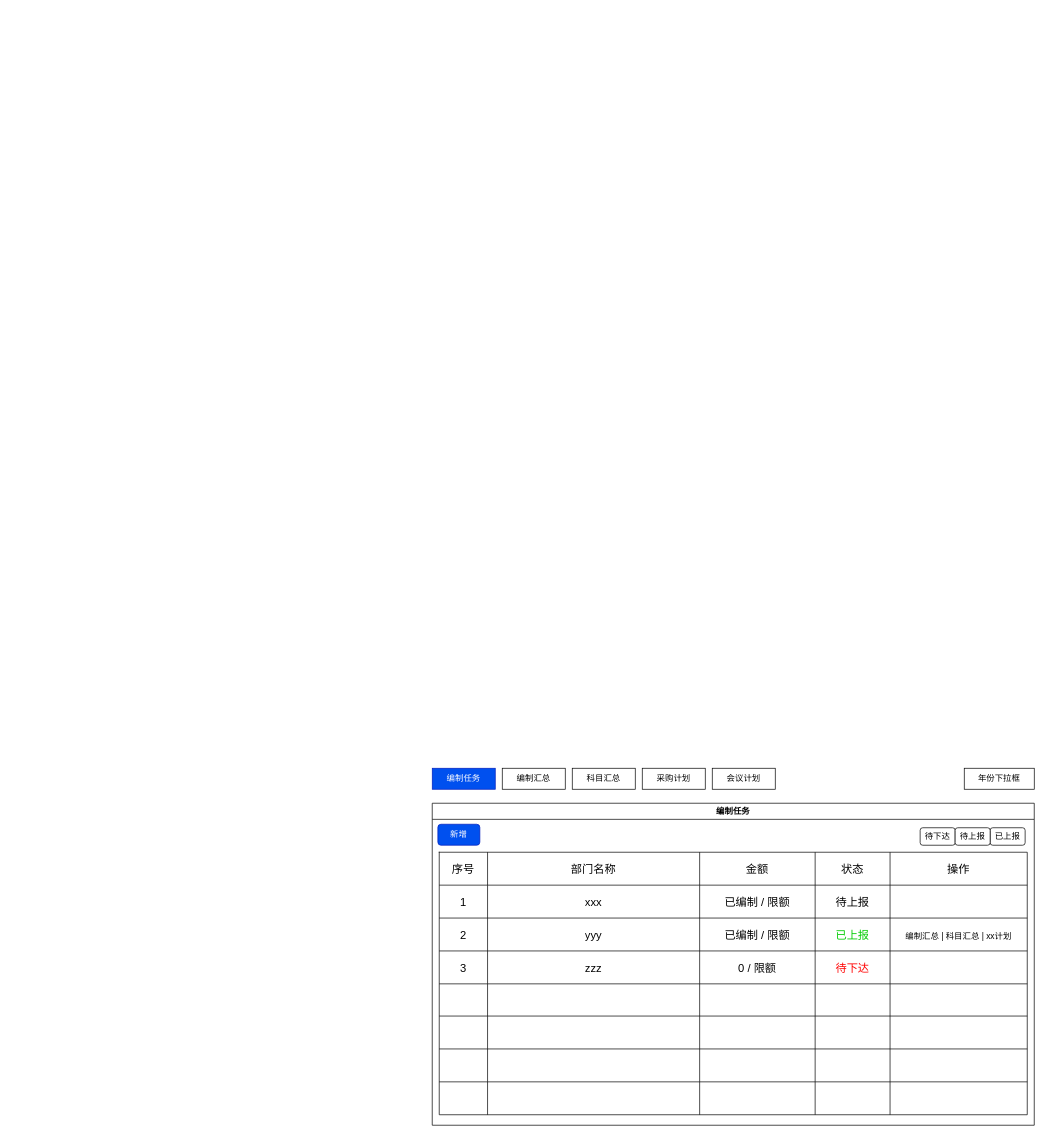
The draw.io diagram 编制财务.drawio in bxjg1987/abpGeneralModules, before the edit. Source tidied: cells renumbered, new cells numbered last; positions are measured from the earlier drawing's top-left corner, leaving out a move shared by most shapes. Both pictures are drawn from the tidied source at 70%, with x=0, y=0 at pixel (432, 768).
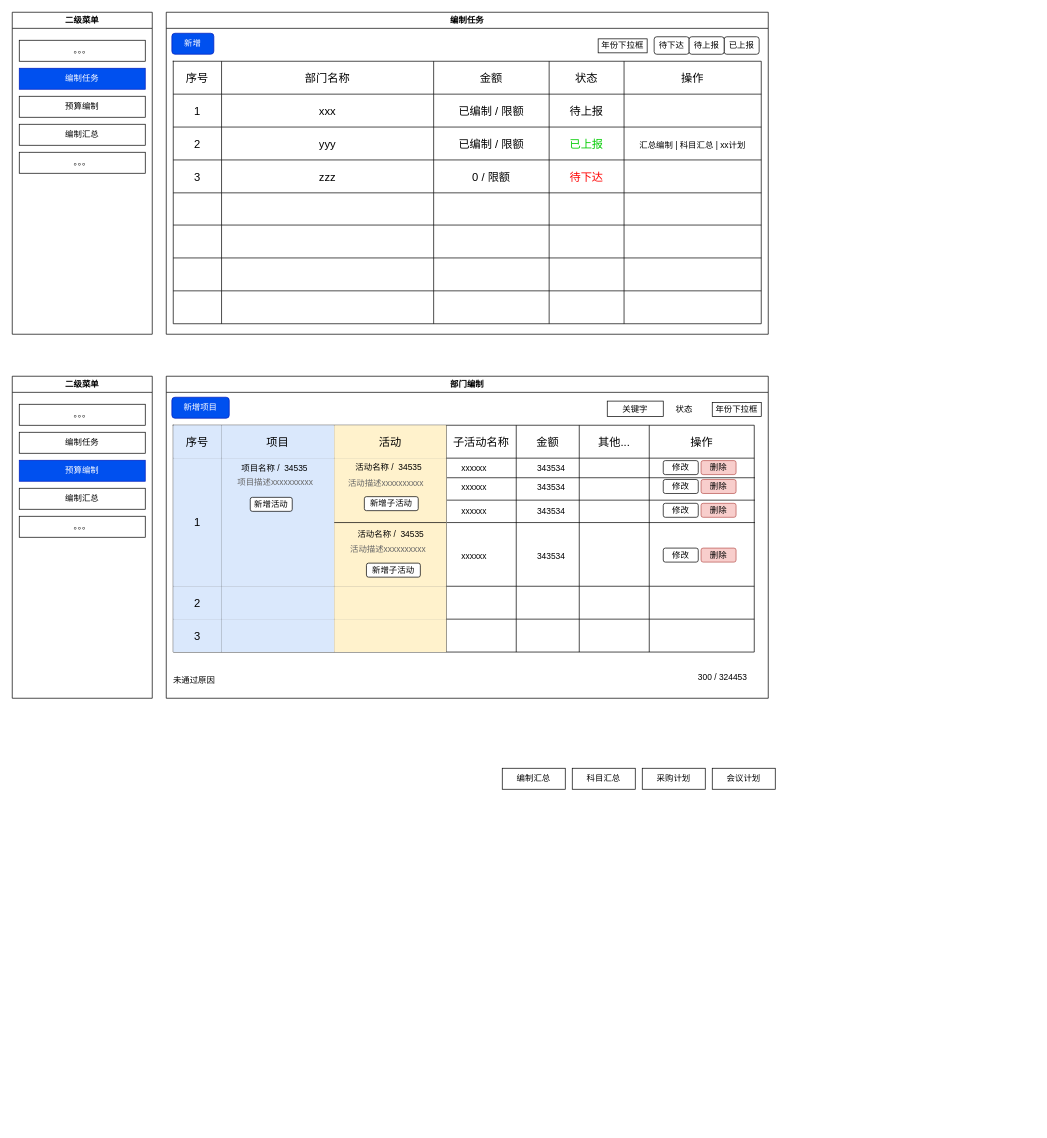
The same diagram, later.

Commit message (it also covers changes not shown here):
更新编制财务.drawio

Unchanged cells that the change refers to:
```xml
<mxCell id="19" style="shape=tableRow;horizontal=0;startSize=0;swimlaneHead=0;swimlaneBody=0;strokeColor=inherit;top=0;left=0;bottom=0;right=0;fillColor=none;fontSize=16;" parent="6" vertex="1">
  <mxGeometry y="94" width="840" height="47" as="geometry" />
</mxCell>
```

The edit, as a diff of the source:
```diff
@@
     <mxCell id="2" value="编制任务" style="swimlane;whiteSpace=wrap;html=1;" parent="1" vertex="1">
-      <mxGeometry y="50" width="860" height="460" as="geometry" />
+      <mxGeometry x="-380" y="-1080" width="860" height="460" as="geometry" />
     </mxCell>
@@
-    <mxCell id="24" value="&lt;span style=&quot;font-size: 12px;&quot;&gt;编制汇总 | 科目汇总 | xx计划&lt;/span&gt;" style="shape=partialRectangle;html=1;whiteSpace=wrap;strokeColor=inherit;overflow=hidden;fillColor=none;top=0;left=0;bottom=0;right=0;fontSize=16;" parent="19" vertex="1">
+    <mxCell id="24" value="&lt;span style=&quot;font-size: 12px;&quot;&gt;汇总编制 | 科目汇总 | xx计划&lt;/span&gt;" style="shape=partialRectangle;html=1;whiteSpace=wrap;strokeColor=inherit;overflow=hidden;fillColor=none;top=0;left=0;bottom=0;right=0;fontSize=16;" parent="19" vertex="1">
       <mxGeometry x="644" width="196" height="47" as="geometry" />
     </mxCell>
@@
-    <mxCell id="55" value="编制任务" style="rounded=0;whiteSpace=wrap;html=1;fillColor=#0050ef;fontColor=#ffffff;strokeColor=#001DBC;" parent="1" vertex="1">
-      <mxGeometry width="90" height="30" as="geometry" />
-    </mxCell>
+    <mxCell id="59" value="年份下拉框" style="rounded=0;whiteSpace=wrap;html=1;" parent="2" vertex="1">
+      <mxGeometry x="617" y="38" width="70" height="20" as="geometry" />
+    </mxCell>
@@
-    <mxCell id="59" value="年份下拉框" style="rounded=0;whiteSpace=wrap;html=1;" parent="1" vertex="1">
-      <mxGeometry x="760" width="100" height="30" as="geometry" />
-    </mxCell>
     <mxCell id="60" value="待上报" style="rounded=1;whiteSpace=wrap;html=1;" parent="1" vertex="1">
-      <mxGeometry x="747" y="85" width="50" height="25" as="geometry" />
+      <mxGeometry x="367" y="-1045" width="50" height="25" as="geometry" />
     </mxCell>
@@
+    <mxCell id="62" value="二级菜单" style="swimlane;whiteSpace=wrap;html=1;" parent="1" vertex="1">
+      <mxGeometry x="-600" y="-1080" width="200" height="460" as="geometry" />
+    </mxCell>
+    <mxCell id="55" value="编制任务" style="rounded=0;whiteSpace=wrap;html=1;fillColor=#0050ef;fontColor=#ffffff;strokeColor=#001DBC;" parent="62" vertex="1">
+      <mxGeometry x="10" y="80" width="180" height="30" as="geometry" />
+    </mxCell>
+    <mxCell id="63" value="。。。" style="rounded=0;whiteSpace=wrap;html=1;" parent="62" vertex="1">
+      <mxGeometry x="10" y="40" width="180" height="30" as="geometry" />
+    </mxCell>
+    <mxCell id="64" value="预算编制" style="rounded=0;whiteSpace=wrap;html=1;" parent="62" vertex="1">
+      <mxGeometry x="10" y="120" width="180" height="30" as="geometry" />
+    </mxCell>
+    <mxCell id="65" value="编制汇总" style="rounded=0;whiteSpace=wrap;html=1;" parent="62" vertex="1">
+      <mxGeometry x="10" y="160" width="180" height="30" as="geometry" />
+    </mxCell>
+    <mxCell id="66" value="。。。" style="rounded=0;whiteSpace=wrap;html=1;" parent="62" vertex="1">
+      <mxGeometry x="10" y="200" width="180" height="30" as="geometry" />
+    </mxCell>
+    <mxCell id="67" value="部门编制" style="swimlane;whiteSpace=wrap;html=1;startSize=23;" parent="1" vertex="1">
+      <mxGeometry x="-380" y="-560" width="860" height="460" as="geometry" />
+    </mxCell>
+    <mxCell id="68" value="新增项目" style="rounded=1;whiteSpace=wrap;html=1;fillColor=#0050ef;fontColor=#ffffff;strokeColor=#001DBC;" parent="67" vertex="1">
+      <mxGeometry x="8" y="30" width="82" height="30" as="geometry" />
+    </mxCell>
+    <mxCell id="69" style="shape=table;startSize=0;childLayout=tableLayout;fontSize=16;" parent="67" vertex="1">
+      <mxGeometry x="10" y="70" width="830" height="324" as="geometry" />
+    </mxCell>
+    <mxCell id="70" style="shape=tableRow;horizontal=0;startSize=0;swimlaneHead=0;swimlaneBody=0;strokeColor=inherit;top=0;left=0;bottom=0;right=0;fillColor=none;fontSize=16;" parent="69" vertex="1">
+      <mxGeometry width="830" height="47" as="geometry" />
+    </mxCell>
+    <mxCell id="71" value="序号" style="shape=partialRectangle;html=1;whiteSpace=wrap;strokeColor=#6c8ebf;overflow=hidden;fillColor=#dae8fc;top=0;left=0;bottom=0;right=0;fontSize=16;" parent="70" vertex="1">
+      <mxGeometry width="69" height="47" as="geometry" />
+    </mxCell>
+    <mxCell id="72" value="项目" style="shape=partialRectangle;html=1;whiteSpace=wrap;strokeColor=#6c8ebf;overflow=hidden;fillColor=#dae8fc;top=0;left=0;bottom=0;right=0;fontSize=16;" parent="70" vertex="1">
+      <mxGeometry x="69" width="161" height="47" as="geometry" />
+    </mxCell>
+    <mxCell id="73" value="活动" style="shape=partialRectangle;html=1;whiteSpace=wrap;strokeColor=#d6b656;overflow=hidden;fillColor=#fff2cc;top=0;left=0;bottom=0;right=0;fontSize=16;" parent="70" vertex="1">
+      <mxGeometry x="230" width="160" height="47" as="geometry" />
+    </mxCell>
+    <mxCell id="74" value="子活动名称" style="shape=partialRectangle;html=1;whiteSpace=wrap;strokeColor=inherit;overflow=hidden;fillColor=none;top=0;left=0;bottom=0;right=0;fontSize=16;" parent="70" vertex="1">
+      <mxGeometry x="390" width="100" height="47" as="geometry" />
+    </mxCell>
+    <mxCell id="75" value="金额" style="shape=partialRectangle;html=1;whiteSpace=wrap;strokeColor=inherit;overflow=hidden;fillColor=none;top=0;left=0;bottom=0;right=0;fontSize=16;" parent="70" vertex="1">
+      <mxGeometry x="490" width="90" height="47" as="geometry" />
+    </mxCell>
+    <mxCell id="76" value="其他..." style="shape=partialRectangle;html=1;whiteSpace=wrap;strokeColor=inherit;overflow=hidden;fillColor=none;top=0;left=0;bottom=0;right=0;fontSize=16;" parent="70" vertex="1">
+      <mxGeometry x="580" width="100" height="47" as="geometry" />
+    </mxCell>
+    <mxCell id="77" value="操作" style="shape=partialRectangle;html=1;whiteSpace=wrap;strokeColor=inherit;overflow=hidden;fillColor=none;top=0;left=0;bottom=0;right=0;fontSize=16;" parent="70" vertex="1">
+      <mxGeometry x="680" width="150" height="47" as="geometry" />
+    </mxCell>
+    <mxCell id="78" style="shape=tableRow;horizontal=0;startSize=0;swimlaneHead=0;swimlaneBody=0;strokeColor=inherit;top=0;left=0;bottom=0;right=0;fillColor=none;fontSize=16;" parent="69" vertex="1">
+      <mxGeometry y="47" width="830" height="183" as="geometry" />
+    </mxCell>
+    <mxCell id="79" value="1" style="shape=partialRectangle;html=1;whiteSpace=wrap;strokeColor=#6c8ebf;overflow=hidden;fillColor=#dae8fc;top=0;left=0;bottom=0;right=0;fontSize=16;" parent="78" vertex="1">
+      <mxGeometry width="69" height="183" as="geometry" />
+    </mxCell>
+    <mxCell id="80" style="shape=partialRectangle;html=1;whiteSpace=wrap;strokeColor=#6c8ebf;overflow=hidden;fillColor=#dae8fc;top=0;left=0;bottom=0;right=0;fontSize=16;" parent="78" vertex="1">
+      <mxGeometry x="69" width="161" height="183" as="geometry" />
+    </mxCell>
+    <mxCell id="81" style="shape=partialRectangle;html=1;whiteSpace=wrap;strokeColor=#d6b656;overflow=hidden;fillColor=#fff2cc;top=0;left=0;bottom=0;right=0;fontSize=16;" parent="78" vertex="1">
+      <mxGeometry x="230" width="160" height="183" as="geometry" />
+    </mxCell>
+    <mxCell id="82" style="shape=partialRectangle;html=1;whiteSpace=wrap;strokeColor=inherit;overflow=hidden;fillColor=none;top=0;left=0;bottom=0;right=0;fontSize=16;" parent="78" vertex="1">
+      <mxGeometry x="390" width="100" height="183" as="geometry" />
+    </mxCell>
+    <mxCell id="83" style="shape=partialRectangle;html=1;whiteSpace=wrap;strokeColor=inherit;overflow=hidden;fillColor=none;top=0;left=0;bottom=0;right=0;fontSize=12;" parent="78" vertex="1">
+      <mxGeometry x="490" width="90" height="183" as="geometry" />
+    </mxCell>
+    <mxCell id="84" style="shape=partialRectangle;html=1;whiteSpace=wrap;strokeColor=inherit;overflow=hidden;fillColor=none;top=0;left=0;bottom=0;right=0;fontSize=12;" parent="78" vertex="1">
+      <mxGeometry x="580" width="100" height="183" as="geometry" />
+    </mxCell>
+    <mxCell id="85" style="shape=partialRectangle;html=1;whiteSpace=wrap;strokeColor=inherit;overflow=hidden;fillColor=none;top=0;left=0;bottom=0;right=0;fontSize=12;" parent="78" vertex="1">
+      <mxGeometry x="680" width="150" height="183" as="geometry" />
+    </mxCell>
+    <mxCell id="86" style="shape=tableRow;horizontal=0;startSize=0;swimlaneHead=0;swimlaneBody=0;strokeColor=inherit;top=0;left=0;bottom=0;right=0;fillColor=none;fontSize=16;" parent="69" vertex="1">
+      <mxGeometry y="230" width="830" height="47" as="geometry" />
+    </mxCell>
+    <mxCell id="87" value="2" style="shape=partialRectangle;html=1;whiteSpace=wrap;strokeColor=#6c8ebf;overflow=hidden;fillColor=#dae8fc;top=0;left=0;bottom=0;right=0;fontSize=16;" parent="86" vertex="1">
+      <mxGeometry width="69" height="47" as="geometry" />
+    </mxCell>
+    <mxCell id="88" style="shape=partialRectangle;html=1;whiteSpace=wrap;strokeColor=#6c8ebf;overflow=hidden;fillColor=#dae8fc;top=0;left=0;bottom=0;right=0;fontSize=16;" parent="86" vertex="1">
+      <mxGeometry x="69" width="161" height="47" as="geometry" />
+    </mxCell>
+    <mxCell id="89" style="shape=partialRectangle;html=1;whiteSpace=wrap;strokeColor=#d6b656;overflow=hidden;fillColor=#fff2cc;top=0;left=0;bottom=0;right=0;fontSize=16;" parent="86" vertex="1">
+      <mxGeometry x="230" width="160" height="47" as="geometry" />
+    </mxCell>
+    <mxCell id="90" style="shape=partialRectangle;html=1;whiteSpace=wrap;strokeColor=inherit;overflow=hidden;fillColor=none;top=0;left=0;bottom=0;right=0;fontSize=16;" parent="86" vertex="1">
+      <mxGeometry x="390" width="100" height="47" as="geometry" />
+    </mxCell>
+    <mxCell id="91" style="shape=partialRectangle;html=1;whiteSpace=wrap;strokeColor=inherit;overflow=hidden;fillColor=none;top=0;left=0;bottom=0;right=0;fontSize=16;" parent="86" vertex="1">
+      <mxGeometry x="490" width="90" height="47" as="geometry" />
+    </mxCell>
+    <mxCell id="92" style="shape=partialRectangle;html=1;whiteSpace=wrap;strokeColor=inherit;overflow=hidden;fillColor=none;top=0;left=0;bottom=0;right=0;fontSize=16;" parent="86" vertex="1">
+      <mxGeometry x="580" width="100" height="47" as="geometry" />
+    </mxCell>
+    <mxCell id="93" style="shape=partialRectangle;html=1;whiteSpace=wrap;strokeColor=inherit;overflow=hidden;fillColor=none;top=0;left=0;bottom=0;right=0;fontSize=16;" parent="86" vertex="1">
+      <mxGeometry x="680" width="150" height="47" as="geometry" />
+    </mxCell>
+    <mxCell id="94" style="shape=tableRow;horizontal=0;startSize=0;swimlaneHead=0;swimlaneBody=0;strokeColor=inherit;top=0;left=0;bottom=0;right=0;fillColor=none;fontSize=16;" parent="69" vertex="1">
+      <mxGeometry y="277" width="830" height="47" as="geometry" />
+    </mxCell>
+    <mxCell id="95" value="3" style="shape=partialRectangle;html=1;whiteSpace=wrap;strokeColor=#6c8ebf;overflow=hidden;fillColor=#dae8fc;top=0;left=0;bottom=0;right=0;fontSize=16;" parent="94" vertex="1">
+      <mxGeometry width="69" height="47" as="geometry" />
+    </mxCell>
+    <mxCell id="96" style="shape=partialRectangle;html=1;whiteSpace=wrap;strokeColor=#6c8ebf;overflow=hidden;fillColor=#dae8fc;top=0;left=0;bottom=0;right=0;fontSize=16;" parent="94" vertex="1">
+      <mxGeometry x="69" width="161" height="47" as="geometry" />
+    </mxCell>
+    <mxCell id="97" style="shape=partialRectangle;html=1;whiteSpace=wrap;strokeColor=#d6b656;overflow=hidden;fillColor=#fff2cc;top=0;left=0;bottom=0;right=0;fontSize=16;" parent="94" vertex="1">
+      <mxGeometry x="230" width="160" height="47" as="geometry" />
+    </mxCell>
+    <mxCell id="98" style="shape=partialRectangle;html=1;whiteSpace=wrap;strokeColor=inherit;overflow=hidden;fillColor=none;top=0;left=0;bottom=0;right=0;fontSize=16;" parent="94" vertex="1">
+      <mxGeometry x="390" width="100" height="47" as="geometry" />
+    </mxCell>
+    <mxCell id="99" style="shape=partialRectangle;html=1;whiteSpace=wrap;strokeColor=inherit;overflow=hidden;fillColor=none;top=0;left=0;bottom=0;right=0;fontSize=16;" parent="94" vertex="1">
+      <mxGeometry x="490" width="90" height="47" as="geometry" />
+    </mxCell>
+    <mxCell id="100" style="shape=partialRectangle;html=1;whiteSpace=wrap;strokeColor=inherit;overflow=hidden;fillColor=none;top=0;left=0;bottom=0;right=0;fontSize=16;" parent="94" vertex="1">
+      <mxGeometry x="580" width="100" height="47" as="geometry" />
+    </mxCell>
+    <mxCell id="101" style="shape=partialRectangle;html=1;whiteSpace=wrap;strokeColor=inherit;overflow=hidden;fillColor=none;top=0;left=0;bottom=0;right=0;fontSize=16;" parent="94" vertex="1">
+      <mxGeometry x="680" width="150" height="47" as="geometry" />
+    </mxCell>
+    <mxCell id="102" value="年份下拉框" style="rounded=0;whiteSpace=wrap;html=1;" parent="67" vertex="1">
+      <mxGeometry x="780" y="37.5" width="70" height="20" as="geometry" />
+    </mxCell>
+    <mxCell id="103" value="项目名称 /&amp;nbsp; 34535" style="text;html=1;align=center;verticalAlign=middle;whiteSpace=wrap;rounded=0;" parent="67" vertex="1">
+      <mxGeometry x="90" y="123" width="130" height="17" as="geometry" />
+    </mxCell>
+    <mxCell id="104" value="新增活动" style="rounded=1;whiteSpace=wrap;html=1;" parent="67" vertex="1">
+      <mxGeometry x="120" y="173" width="60" height="20" as="geometry" />
+    </mxCell>
+    <mxCell id="105" value="未通过原因" style="text;html=1;align=left;verticalAlign=middle;whiteSpace=wrap;rounded=0;" parent="67" vertex="1">
+      <mxGeometry x="8" y="420" width="110" height="27.5" as="geometry" />
+    </mxCell>
+    <mxCell id="106" value="300 / 324453" style="text;html=1;align=center;verticalAlign=middle;whiteSpace=wrap;rounded=0;" parent="67" vertex="1">
+      <mxGeometry x="740" y="416" width="110" height="30" as="geometry" />
+    </mxCell>
+    <mxCell id="107" value="状态" style="text;html=1;align=center;verticalAlign=middle;whiteSpace=wrap;rounded=0;" parent="67" vertex="1">
+      <mxGeometry x="710" y="38.5" width="60" height="17.5" as="geometry" />
+    </mxCell>
+    <mxCell id="108" style="line;strokeWidth=1;html=1;" parent="67" vertex="1">
+      <mxGeometry x="240" y="204" width="160" height="10" as="geometry" />
+    </mxCell>
+    <mxCell id="109" style="line;strokeWidth=1;html=1;" parent="67" vertex="1">
+      <mxGeometry x="401" y="140" width="440" height="10" as="geometry" />
+    </mxCell>
+    <mxCell id="110" value="xxxxxx" style="text;html=1;align=center;verticalAlign=middle;whiteSpace=wrap;rounded=0;" parent="67" vertex="1">
+      <mxGeometry x="410" y="116.5" width="60" height="30" as="geometry" />
+    </mxCell>
+    <mxCell id="111" value="343534" style="text;html=1;align=center;verticalAlign=middle;whiteSpace=wrap;rounded=0;" parent="67" vertex="1">
+      <mxGeometry x="520" y="116.5" width="60" height="30" as="geometry" />
+    </mxCell>
+    <mxCell id="112" value="修改" style="rounded=1;whiteSpace=wrap;html=1;" parent="67" vertex="1">
+      <mxGeometry x="710" y="120.5" width="50" height="20" as="geometry" />
+    </mxCell>
+    <mxCell id="113" value="关键字" style="rounded=0;whiteSpace=wrap;html=1;" parent="67" vertex="1">
+      <mxGeometry x="630" y="35.5" width="80" height="22" as="geometry" />
+    </mxCell>
+    <mxCell id="114" value="二级菜单" style="swimlane;whiteSpace=wrap;html=1;" parent="1" vertex="1">
+      <mxGeometry x="-600" y="-560" width="200" height="460" as="geometry" />
+    </mxCell>
+    <mxCell id="115" value="编制任务" style="rounded=0;whiteSpace=wrap;html=1;" parent="114" vertex="1">
+      <mxGeometry x="10" y="80" width="180" height="30" as="geometry" />
+    </mxCell>
+    <mxCell id="116" value="。。。" style="rounded=0;whiteSpace=wrap;html=1;" parent="114" vertex="1">
+      <mxGeometry x="10" y="40" width="180" height="30" as="geometry" />
+    </mxCell>
+    <mxCell id="117" value="预算编制" style="rounded=0;whiteSpace=wrap;html=1;fillColor=#0050ef;fontColor=#ffffff;strokeColor=#001DBC;" parent="114" vertex="1">
+      <mxGeometry x="10" y="120" width="180" height="30" as="geometry" />
+    </mxCell>
+    <mxCell id="118" value="编制汇总" style="rounded=0;whiteSpace=wrap;html=1;" parent="114" vertex="1">
+      <mxGeometry x="10" y="160" width="180" height="30" as="geometry" />
+    </mxCell>
+    <mxCell id="119" value="。。。" style="rounded=0;whiteSpace=wrap;html=1;" parent="114" vertex="1">
+      <mxGeometry x="10" y="200" width="180" height="30" as="geometry" />
+    </mxCell>
+    <mxCell id="120" value="活动名称 /&amp;nbsp; 34535" style="text;html=1;align=center;verticalAlign=middle;whiteSpace=wrap;rounded=0;" parent="1" vertex="1">
+      <mxGeometry x="-127" y="-439" width="130" height="19" as="geometry" />
+    </mxCell>
+    <mxCell id="121" value="新增子活动" style="rounded=1;whiteSpace=wrap;html=1;" parent="1" vertex="1">
+      <mxGeometry x="-97" y="-388" width="77" height="20" as="geometry" />
+    </mxCell>
+    <mxCell id="122" value="项目描述xxxxxxxxxx" style="text;html=1;align=center;verticalAlign=middle;whiteSpace=wrap;rounded=0;fontColor=#666666;" parent="1" vertex="1">
+      <mxGeometry x="-289" y="-417" width="130" height="17" as="geometry" />
+    </mxCell>
+    <mxCell id="123" value="活动描述xxxxxxxxxx" style="text;html=1;align=center;verticalAlign=middle;whiteSpace=wrap;rounded=0;fontColor=#666666;" parent="1" vertex="1">
+      <mxGeometry x="-131" y="-416" width="130" height="17" as="geometry" />
+    </mxCell>
+    <mxCell id="124" value="活动名称 /&amp;nbsp; 34535" style="text;html=1;align=center;verticalAlign=middle;whiteSpace=wrap;rounded=0;" parent="1" vertex="1">
+      <mxGeometry x="-124" y="-344" width="130" height="19" as="geometry" />
+    </mxCell>
+    <mxCell id="125" value="新增子活动" style="rounded=1;whiteSpace=wrap;html=1;" parent="1" vertex="1">
+      <mxGeometry x="-94" y="-293" width="77" height="20" as="geometry" />
+    </mxCell>
+    <mxCell id="126" value="活动描述xxxxxxxxxx" style="text;html=1;align=center;verticalAlign=middle;whiteSpace=wrap;rounded=0;fontColor=#666666;" parent="1" vertex="1">
+      <mxGeometry x="-128" y="-321" width="130" height="17" as="geometry" />
+    </mxCell>
+    <mxCell id="127" style="line;strokeWidth=1;html=1;" parent="1" vertex="1">
+      <mxGeometry x="21" y="-388" width="440" height="10" as="geometry" />
+    </mxCell>
+    <mxCell id="128" style="line;strokeWidth=1;html=1;" parent="1" vertex="1">
+      <mxGeometry x="21" y="-356" width="440" height="10" as="geometry" />
+    </mxCell>
+    <mxCell id="129" value="删除" style="rounded=1;whiteSpace=wrap;html=1;fillColor=#f8cecc;strokeColor=#b85450;" parent="1" vertex="1">
+      <mxGeometry x="384" y="-439.5" width="50" height="20" as="geometry" />
+    </mxCell>
+    <mxCell id="130" value="xxxxxx" style="text;html=1;align=center;verticalAlign=middle;whiteSpace=wrap;rounded=0;" parent="1" vertex="1">
+      <mxGeometry x="30" y="-416.5" width="60" height="30" as="geometry" />
+    </mxCell>
+    <mxCell id="131" value="343534" style="text;html=1;align=center;verticalAlign=middle;whiteSpace=wrap;rounded=0;" parent="1" vertex="1">
+      <mxGeometry x="140" y="-416.5" width="60" height="30" as="geometry" />
+    </mxCell>
+    <mxCell id="132" value="修改" style="rounded=1;whiteSpace=wrap;html=1;" parent="1" vertex="1">
+      <mxGeometry x="330" y="-412.5" width="50" height="20" as="geometry" />
+    </mxCell>
+    <mxCell id="133" value="删除" style="rounded=1;whiteSpace=wrap;html=1;fillColor=#f8cecc;strokeColor=#b85450;" parent="1" vertex="1">
+      <mxGeometry x="384" y="-412.5" width="50" height="20" as="geometry" />
+    </mxCell>
+    <mxCell id="134" value="xxxxxx" style="text;html=1;align=center;verticalAlign=middle;whiteSpace=wrap;rounded=0;" parent="1" vertex="1">
+      <mxGeometry x="30" y="-382.5" width="60" height="30" as="geometry" />
+    </mxCell>
+    <mxCell id="135" value="343534" style="text;html=1;align=center;verticalAlign=middle;whiteSpace=wrap;rounded=0;" parent="1" vertex="1">
+      <mxGeometry x="140" y="-382.5" width="60" height="30" as="geometry" />
+    </mxCell>
+    <mxCell id="136" value="修改" style="rounded=1;whiteSpace=wrap;html=1;" parent="1" vertex="1">
+      <mxGeometry x="330" y="-378.5" width="50" height="20" as="geometry" />
+    </mxCell>
+    <mxCell id="137" value="删除" style="rounded=1;whiteSpace=wrap;html=1;fillColor=#f8cecc;strokeColor=#b85450;" parent="1" vertex="1">
+      <mxGeometry x="384" y="-378.5" width="50" height="20" as="geometry" />
+    </mxCell>
+    <mxCell id="138" value="xxxxxx" style="text;html=1;align=center;verticalAlign=middle;whiteSpace=wrap;rounded=0;" parent="1" vertex="1">
+      <mxGeometry x="30" y="-318.5" width="60" height="30" as="geometry" />
+    </mxCell>
+    <mxCell id="139" value="343534" style="text;html=1;align=center;verticalAlign=middle;whiteSpace=wrap;rounded=0;" parent="1" vertex="1">
+      <mxGeometry x="140" y="-318.5" width="60" height="30" as="geometry" />
+    </mxCell>
+    <mxCell id="140" value="修改" style="rounded=1;whiteSpace=wrap;html=1;" parent="1" vertex="1">
+      <mxGeometry x="330" y="-314.5" width="50" height="20" as="geometry" />
+    </mxCell>
+    <mxCell id="141" value="删除" style="rounded=1;whiteSpace=wrap;html=1;fillColor=#f8cecc;strokeColor=#b85450;" parent="1" vertex="1">
+      <mxGeometry x="384" y="-314.5" width="50" height="20" as="geometry" />
+    </mxCell>
```
